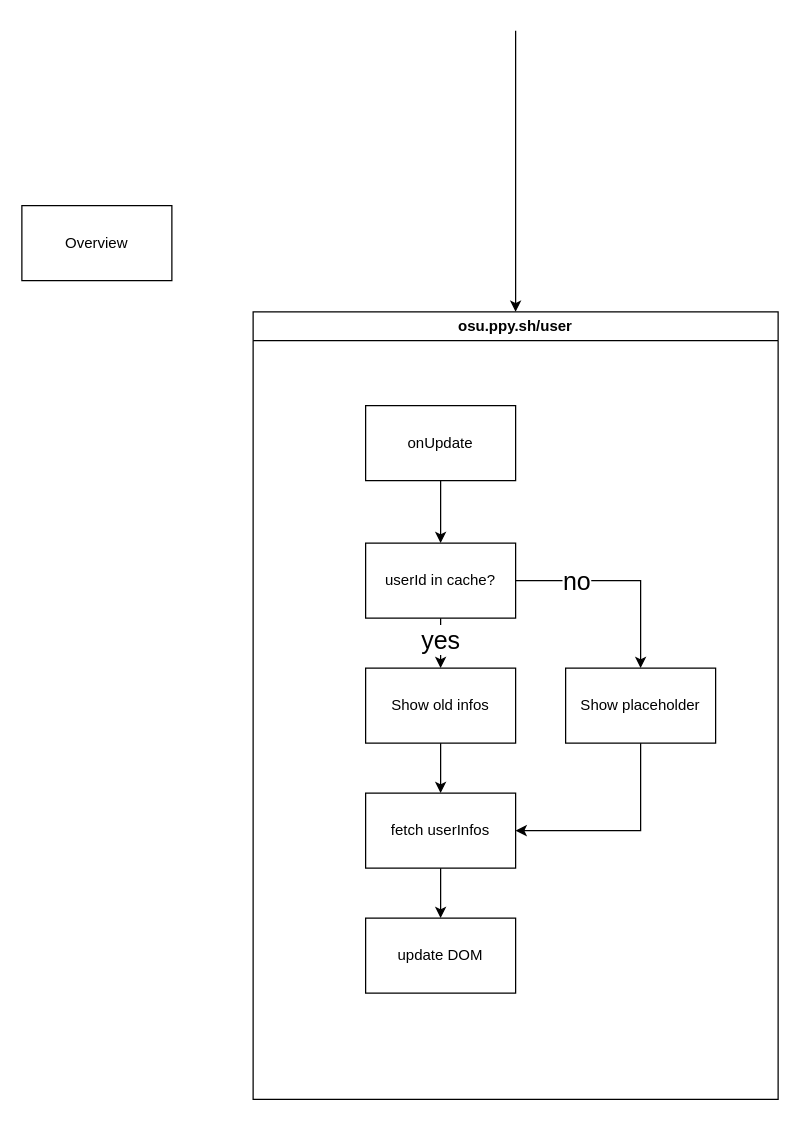
The draw.io diagram page "Extension" (2 of 3) of BellaFiora.drawio in BellaFiora/BellaFiora, before the edit. Source tidied: cells renumbered, new cells numbered last; positions are measured from the earlier drawing's top-left corner, leaving out a move shared by most shapes. Both pictures are drawn from the tidied source at 125%, with x=0, y=0 at pixel (21, 30).
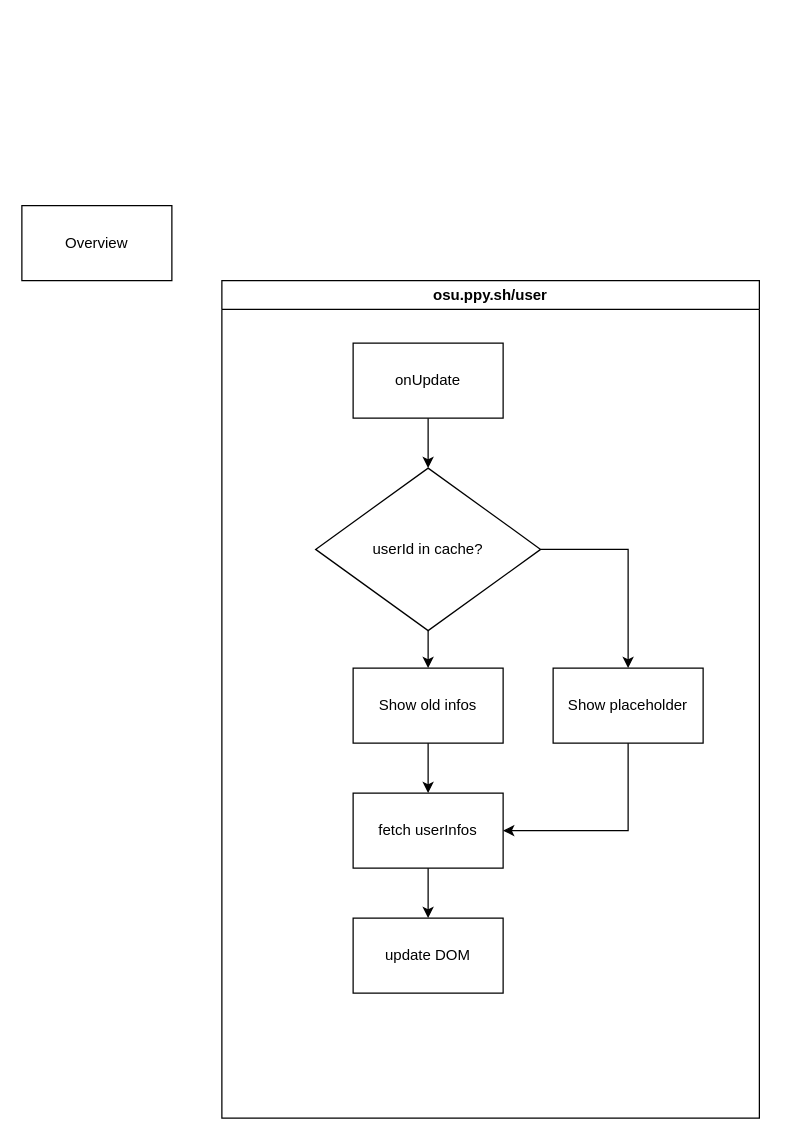
Above is the later version.

What changed in the source:
```diff
@@
 <mxGraphModel>
   <root>
     <mxCell id="0" />
     <mxCell id="1" parent="0" />
     <mxCell id="2" value="osu.ppy.sh/user" style="swimlane;whiteSpace=wrap;html=1;" parent="1" vertex="1">
-      <mxGeometry x="185" y="225" width="420" height="630" as="geometry" />
+      <mxGeometry x="160" y="200" width="430" height="670" as="geometry" />
     </mxCell>
-    <mxCell id="3" value="userId in cache?" style="rounded=0;whiteSpace=wrap;html=1;" parent="2" vertex="1">
-      <mxGeometry x="90" y="185" width="120" height="60" as="geometry" />
-    </mxCell>
     <mxCell id="4" value="Show old infos" style="rounded=0;whiteSpace=wrap;html=1;" parent="2" vertex="1">
-      <mxGeometry x="90" y="285" width="120" height="60" as="geometry" />
+      <mxGeometry x="105" y="310" width="120" height="60" as="geometry" />
     </mxCell>
-    <mxCell id="5" style="edgeStyle=orthogonalEdgeStyle;rounded=0;jettySize=auto;html=1;exitX=0.5;exitY=1;exitDx=0;exitDy=0;entryX=0.5;entryY=0;entryDx=0;entryDy=0;" parent="2" edge="1" source="3" target="4">
-      <mxGeometry relative="1" as="geometry" />
-    </mxCell>
-    <mxCell id="6" value="yes" style="edgeLabel;html=1;align=center;verticalAlign=middle;fontSize=20;" parent="5" vertex="1">
-      <mxGeometry x="-0.19" y="-1" relative="1" as="geometry" />
-    </mxCell>
     <mxCell id="7" value="fetch userInfos" style="rounded=0;whiteSpace=wrap;html=1;" parent="2" vertex="1">
-      <mxGeometry x="90" y="385" width="120" height="60" as="geometry" />
+      <mxGeometry x="105" y="410" width="120" height="60" as="geometry" />
     </mxCell>
     <mxCell id="8" style="edgeStyle=orthogonalEdgeStyle;rounded=0;jettySize=auto;html=1;exitX=0.5;exitY=1;exitDx=0;exitDy=0;entryX=0.5;entryY=0;entryDx=0;entryDy=0;" parent="2" edge="1" source="4" target="7">
       <mxGeometry relative="1" as="geometry" />
     </mxCell>
     <mxCell id="9" value="update DOM" style="rounded=0;whiteSpace=wrap;html=1;" parent="2" vertex="1">
-      <mxGeometry x="90" y="485" width="120" height="60" as="geometry" />
+      <mxGeometry x="105" y="510" width="120" height="60" as="geometry" />
     </mxCell>
     <mxCell id="10" style="edgeStyle=orthogonalEdgeStyle;rounded=0;jettySize=auto;html=1;exitX=0.5;exitY=1;exitDx=0;exitDy=0;entryX=0.5;entryY=0;entryDx=0;entryDy=0;" parent="2" edge="1" source="7" target="9">
       <mxGeometry relative="1" as="geometry" />
     </mxCell>
     <mxCell id="11" value="Show placeholder" style="rounded=0;whiteSpace=wrap;html=1;" parent="2" vertex="1">
-      <mxGeometry x="250" y="285" width="120" height="60" as="geometry" />
+      <mxGeometry x="265" y="310" width="120" height="60" as="geometry" />
     </mxCell>
-    <mxCell id="12" style="edgeStyle=orthogonalEdgeStyle;rounded=0;jettySize=auto;html=1;exitX=1;exitY=0.5;exitDx=0;exitDy=0;entryX=0.5;entryY=0;entryDx=0;entryDy=0;" parent="2" edge="1" source="3" target="11">
-      <mxGeometry relative="1" as="geometry" />
-    </mxCell>
-    <mxCell id="13" value="no" style="edgeLabel;html=1;align=center;verticalAlign=middle;fontSize=20;" parent="12" vertex="1">
-      <mxGeometry x="-0.43" y="1" relative="1" as="geometry" />
-    </mxCell>
     <mxCell id="14" style="edgeStyle=orthogonalEdgeStyle;rounded=0;jettySize=auto;html=1;entryX=0.5;entryY=0;entryDx=0;entryDy=0;" parent="2" edge="1" source="15" target="3">
       <mxGeometry relative="1" as="geometry" />
     </mxCell>
     <mxCell id="15" value="onUpdate" style="rounded=0;whiteSpace=wrap;html=1;" parent="2" vertex="1">
-      <mxGeometry x="90" y="75" width="120" height="60" as="geometry" />
+      <mxGeometry x="105" y="50" width="120" height="60" as="geometry" />
     </mxCell>
     <mxCell id="16" style="edgeStyle=orthogonalEdgeStyle;rounded=0;jettySize=auto;html=1;exitX=0.5;exitY=1;exitDx=0;exitDy=0;entryX=1;entryY=0.5;entryDx=0;entryDy=0;" parent="2" edge="1" source="11" target="7">
       <mxGeometry relative="1" as="geometry" />
     </mxCell>
+    <mxCell id="5" style="edgeStyle=orthogonalEdgeStyle;rounded=0;jettySize=auto;html=1;entryX=0.5;entryY=0;entryDx=0;entryDy=0;" parent="2" edge="1" source="3" target="4">
+      <mxGeometry relative="1" as="geometry" />
+    </mxCell>
+    <mxCell id="12" style="edgeStyle=orthogonalEdgeStyle;rounded=0;jettySize=auto;html=1;entryX=0.5;entryY=0;entryDx=0;entryDy=0;" parent="2" edge="1" source="3" target="11">
+      <mxGeometry relative="1" as="geometry" />
+    </mxCell>
+    <mxCell id="3" value="userId in cache?" style="rhombus;whiteSpace=wrap;html=1;" parent="2" vertex="1">
+      <mxGeometry x="75" y="150" width="180" height="130" as="geometry" />
+    </mxCell>
     <mxCell id="17" value="Overview" style="rounded=0;whiteSpace=wrap;html=1;" parent="1" vertex="1">
       <mxGeometry y="140" width="120" height="60" as="geometry" />
     </mxCell>
-    <mxCell id="18" style="endArrow=classic;html=1;rounded=0;entryX=0.5;entryY=0;entryDx=0;entryDy=0;" parent="1" edge="1" target="2">
-      <mxGeometry relative="1" as="geometry">
-        <mxPoint x="395" as="sourcePoint" />
-      </mxGeometry>
-    </mxCell>
   </root>
 </mxGraphModel>
```
